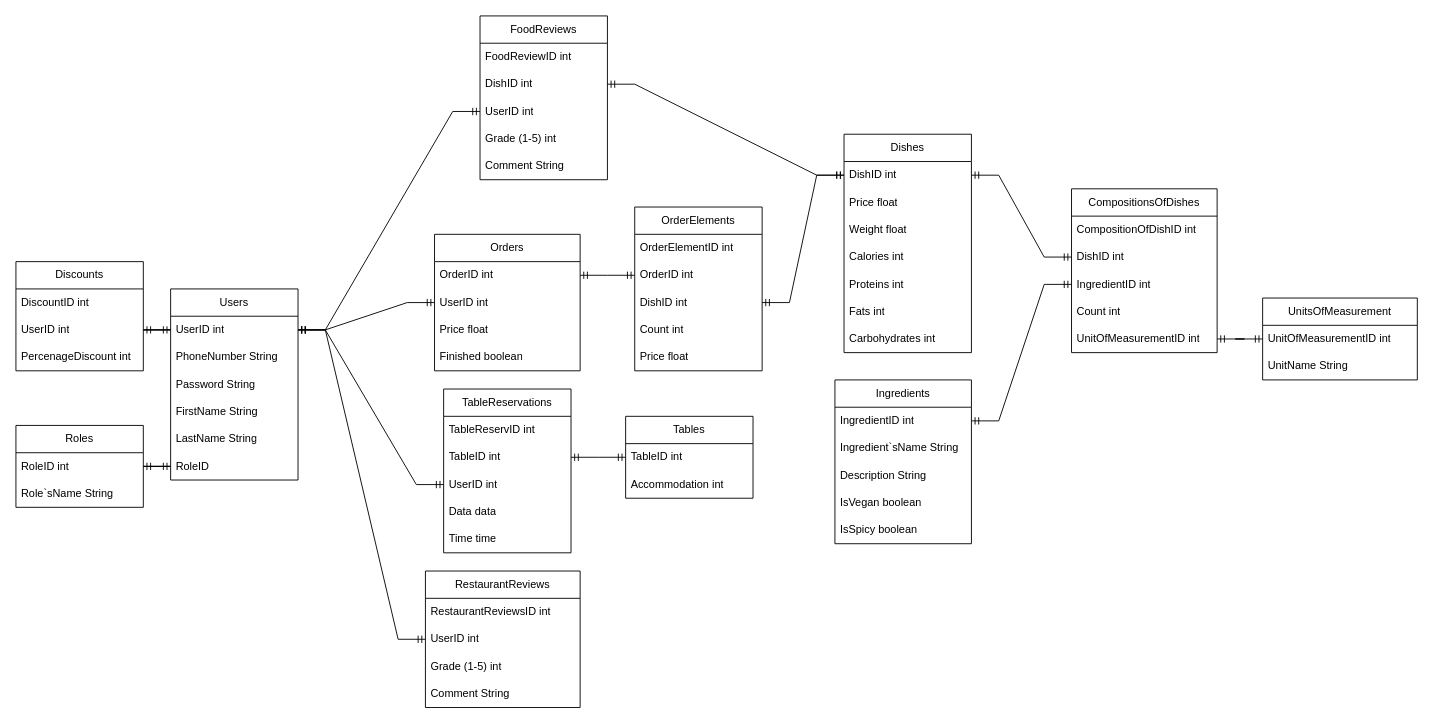
This is DB.drawio from Rashen95/DiplomProject, a draw.io file, before an edit. Source tidied: cells renumbered, new cells numbered last; positions are measured from the earlier drawing's top-left corner, leaving out a move shared by most shapes. Both pictures are drawn from the tidied source at 91%, with x=0, y=0 at pixel (15, 15).
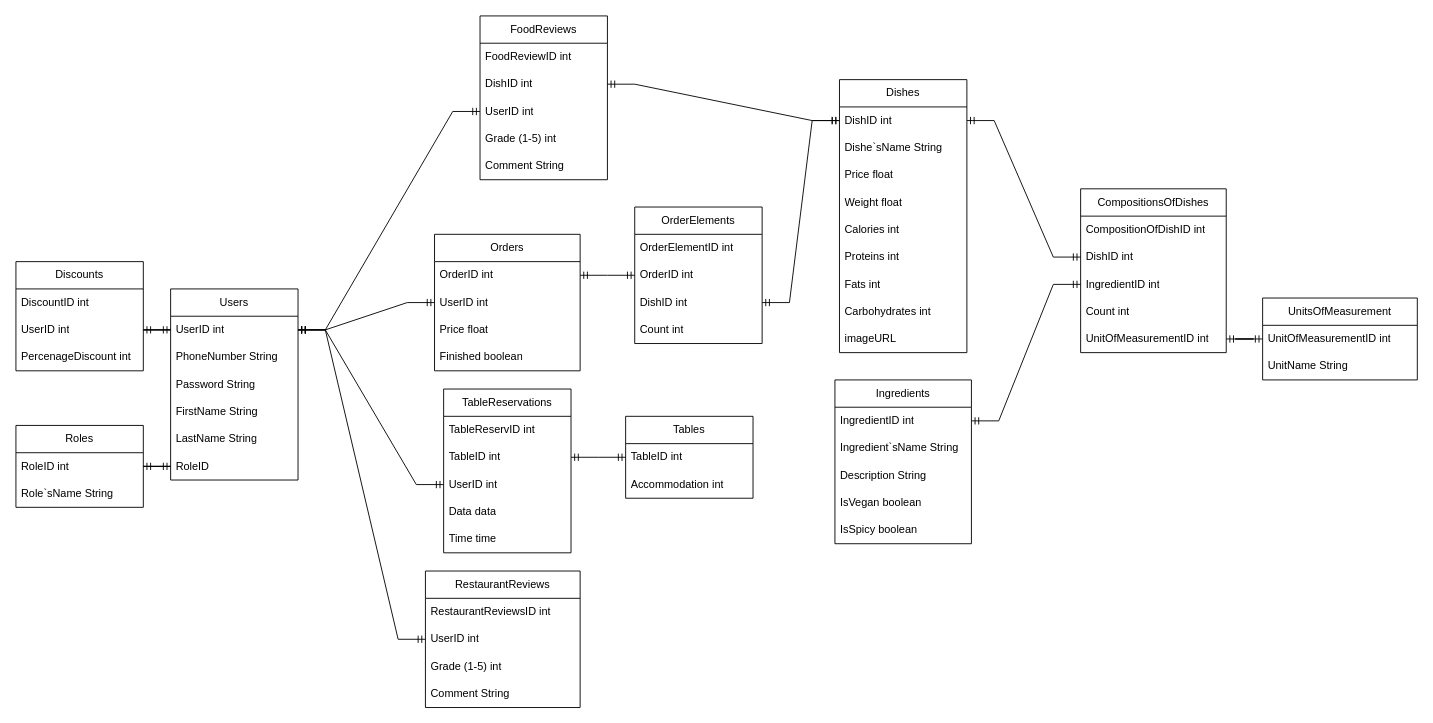
The same page after the edit.

The edit, as a diff of the source:
```diff
@@
     <mxCell id="9" value="Dishes" style="swimlane;fontStyle=0;horizontal=1;startSize=30;whiteSpace=wrap;html=1;" parent="1" vertex="1">
-      <mxGeometry x="910" y="130" width="140" height="240" as="geometry" />
+      <mxGeometry x="905" y="70" width="140" height="300" as="geometry" />
     </mxCell>
@@
+    <mxCell id="83" value="Dishe`sName String" style="text;strokeColor=none;fillColor=none;align=left;verticalAlign=middle;spacingLeft=4;spacingRight=4;overflow=hidden;whiteSpace=wrap;html=1;" parent="9" vertex="1">
+      <mxGeometry y="60" width="140" height="30" as="geometry" />
+    </mxCell>
     <mxCell id="11" value="Price float" style="text;strokeColor=none;fillColor=none;align=left;verticalAlign=middle;spacingLeft=4;spacingRight=4;overflow=hidden;whiteSpace=wrap;html=1;" parent="9" vertex="1">
-      <mxGeometry y="60" width="140" height="30" as="geometry" />
+      <mxGeometry y="90" width="140" height="30" as="geometry" />
     </mxCell>
     <mxCell id="12" value="Weight float" style="text;strokeColor=none;fillColor=none;align=left;verticalAlign=middle;spacingLeft=4;spacingRight=4;overflow=hidden;whiteSpace=wrap;html=1;" parent="9" vertex="1">
-      <mxGeometry y="90" width="140" height="30" as="geometry" />
+      <mxGeometry y="120" width="140" height="30" as="geometry" />
     </mxCell>
     <mxCell id="13" value="Calories int" style="text;strokeColor=none;fillColor=none;align=left;verticalAlign=middle;spacingLeft=4;spacingRight=4;overflow=hidden;whiteSpace=wrap;html=1;" parent="9" vertex="1">
-      <mxGeometry y="120" width="140" height="30" as="geometry" />
+      <mxGeometry y="150" width="140" height="30" as="geometry" />
     </mxCell>
     <mxCell id="14" value="Proteins int" style="text;strokeColor=none;fillColor=none;align=left;verticalAlign=middle;spacingLeft=4;spacingRight=4;overflow=hidden;whiteSpace=wrap;html=1;" parent="9" vertex="1">
-      <mxGeometry y="150" width="140" height="30" as="geometry" />
+      <mxGeometry y="180" width="140" height="30" as="geometry" />
     </mxCell>
     <mxCell id="15" value="Fats int" style="text;strokeColor=none;fillColor=none;align=left;verticalAlign=middle;spacingLeft=4;spacingRight=4;overflow=hidden;whiteSpace=wrap;html=1;" parent="9" vertex="1">
-      <mxGeometry y="180" width="140" height="30" as="geometry" />
+      <mxGeometry y="210" width="140" height="30" as="geometry" />
     </mxCell>
     <mxCell id="16" value="Carbohydrates int" style="text;strokeColor=none;fillColor=none;align=left;verticalAlign=middle;spacingLeft=4;spacingRight=4;overflow=hidden;whiteSpace=wrap;html=1;" parent="9" vertex="1">
-      <mxGeometry y="210" width="140" height="30" as="geometry" />
+      <mxGeometry y="240" width="140" height="30" as="geometry" />
     </mxCell>
+    <mxCell id="84" value="imageURL" style="text;strokeColor=none;fillColor=none;align=left;verticalAlign=middle;spacingLeft=4;spacingRight=4;overflow=hidden;whiteSpace=wrap;html=1;" parent="9" vertex="1">
+      <mxGeometry y="270" width="140" height="30" as="geometry" />
+    </mxCell>
@@
     <mxCell id="41" value="OrderElements" style="swimlane;fontStyle=0;horizontal=1;startSize=30;whiteSpace=wrap;html=1;" parent="1" vertex="1">
-      <mxGeometry x="680" y="210" width="140" height="180" as="geometry" />
+      <mxGeometry x="680" y="210" width="140" height="150" as="geometry" />
     </mxCell>
@@
-    <mxCell id="46" value="Price float" style="text;strokeColor=none;fillColor=none;align=left;verticalAlign=middle;spacingLeft=4;spacingRight=4;overflow=hidden;whiteSpace=wrap;html=1;" parent="41" vertex="1">
-      <mxGeometry y="150" width="140" height="30" as="geometry" />
-    </mxCell>
@@
     <mxCell id="54" value="CompositionsOfDishes" style="swimlane;fontStyle=0;horizontal=1;startSize=30;whiteSpace=wrap;html=1;" parent="1" vertex="1">
-      <mxGeometry x="1160" y="190" width="160" height="180" as="geometry" />
+      <mxGeometry x="1170" y="190" width="160" height="180" as="geometry" />
     </mxCell>
```
